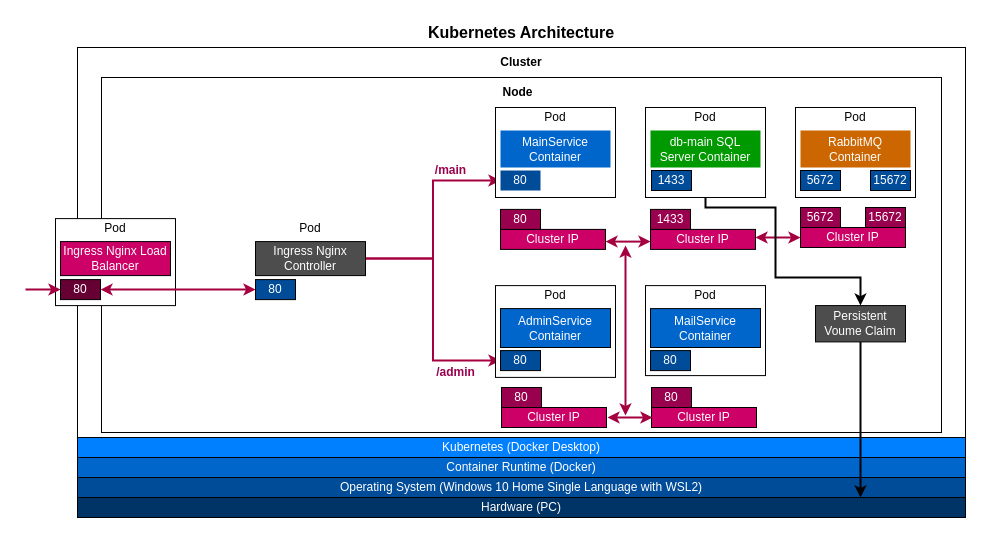
Above: page "Giao tiếp microservices" (4 of 5) of Documentation/Usecase-Admin-User.drawio in VoQuangTuong185/DoAnTotNghiep (draw.io), before the change. Source tidied: cells renumbered, new cells numbered last; positions are measured from the earlier drawing's top-left corner, leaving out a move shared by most shapes. Both pictures are drawn from the tidied source at 100%, with x=0, y=0 at pixel (25, 17).
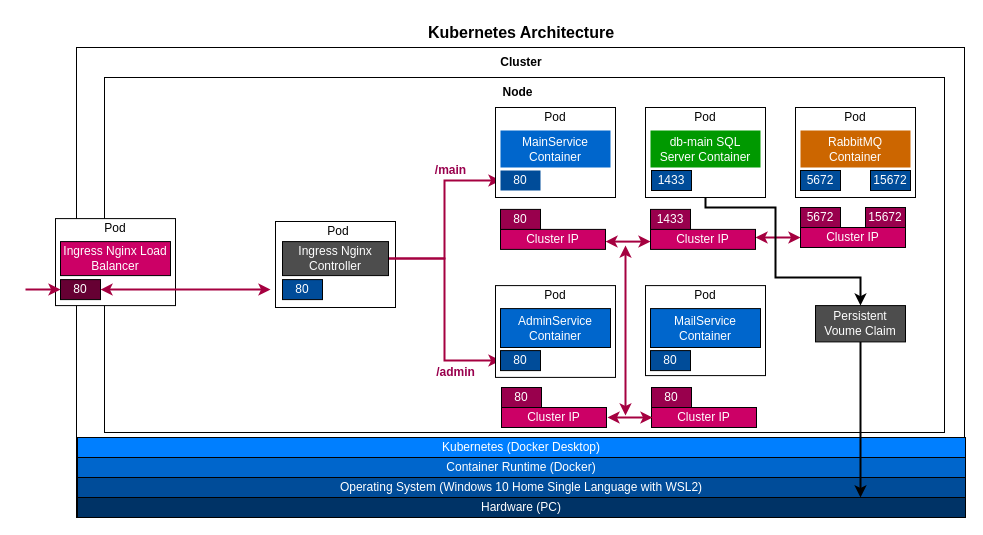
After the change.

Commit message (it also covers changes not shown here):
fix admin-statistical

The change refers to these unchanged cells:
```xml
<mxCell id="19" value="80" style="rounded=0;whiteSpace=wrap;html=1;fontColor=#FFFFFF;fillColor=#660033;" parent="1" vertex="1">
  <mxGeometry x="35" y="262.1" width="40" height="20" as="geometry" />
</mxCell>
```

The edit, as a diff of the source:
```diff
@@
+    <mxCell id="3" style="rounded=0;whiteSpace=wrap;html=1;" parent="1" vertex="1">
+      <mxGeometry x="51" y="30" width="888" height="470" as="geometry" />
+    </mxCell>
+    <mxCell id="9" style="rounded=0;whiteSpace=wrap;html=1;" parent="1" vertex="1">
+      <mxGeometry x="79" y="60" width="840" height="355" as="geometry" />
+    </mxCell>
     <mxCell id="2" style="rounded=0;whiteSpace=wrap;html=1;" parent="1" vertex="1">
-      <mxGeometry x="250" y="230" width="120" height="60" as="geometry" />
+      <mxGeometry x="250" y="204" width="120" height="86" as="geometry" />
     </mxCell>
-    <mxCell id="3" style="rounded=0;whiteSpace=wrap;html=1;" parent="1" vertex="1">
-      <mxGeometry x="52" y="30" width="888" height="470" as="geometry" />
-    </mxCell>
@@
-    <mxCell id="9" style="rounded=0;whiteSpace=wrap;html=1;" parent="1" vertex="1">
-      <mxGeometry x="76" y="60" width="840" height="355" as="geometry" />
-    </mxCell>
@@
-    <mxCell id="12" value="Ingress Nginx Controller" style="rounded=0;whiteSpace=wrap;html=1;fontColor=#FFFFFF;fillColor=#4D4D4D;" parent="1" vertex="1">
-      <mxGeometry x="230" y="224.1" width="110" height="34" as="geometry" />
-    </mxCell>
     <mxCell id="13" value="Pod" style="text;html=1;strokeColor=none;fillColor=none;align=center;verticalAlign=middle;whiteSpace=wrap;rounded=0;" parent="1" vertex="1">
-      <mxGeometry x="225" y="201.1" width="120" height="20" as="geometry" />
+      <mxGeometry x="253" y="204.1" width="120" height="20" as="geometry" />
     </mxCell>
@@
     <mxCell id="15" value="80" style="rounded=0;whiteSpace=wrap;html=1;fontColor=#FFFFFF;fillColor=#004C99;" parent="1" vertex="1">
-      <mxGeometry x="230" y="262.1" width="40" height="20" as="geometry" />
+      <mxGeometry x="257" y="262.1" width="40" height="20" as="geometry" />
     </mxCell>
@@
-    <mxCell id="26" style="endArrow=classic;startArrow=classic;html=1;rounded=0;exitX=1;exitY=0.5;exitDx=0;exitDy=0;entryX=0;entryY=0.5;entryDx=0;entryDy=0;fillColor=#d80073;strokeColor=#A50040;strokeWidth=2;" parent="1" edge="1" source="19" target="15">
-      <mxGeometry relative="1" as="geometry" />
+    <mxCell id="26" style="endArrow=classic;startArrow=classic;html=1;rounded=0;exitX=1;exitY=0.5;exitDx=0;exitDy=0;fillColor=#d80073;strokeColor=#A50040;strokeWidth=2;" parent="1" edge="1" source="19">
+      <mxGeometry relative="1" as="geometry">
+        <mxPoint x="245" y="272" as="targetPoint" />
+      </mxGeometry>
     </mxCell>
@@
+    <mxCell id="12" value="Ingress Nginx Controller" style="rounded=0;whiteSpace=wrap;html=1;fontColor=#FFFFFF;fillColor=#4D4D4D;" parent="1" vertex="1">
+      <mxGeometry x="257" y="224.1" width="106" height="34" as="geometry" />
+    </mxCell>
```
